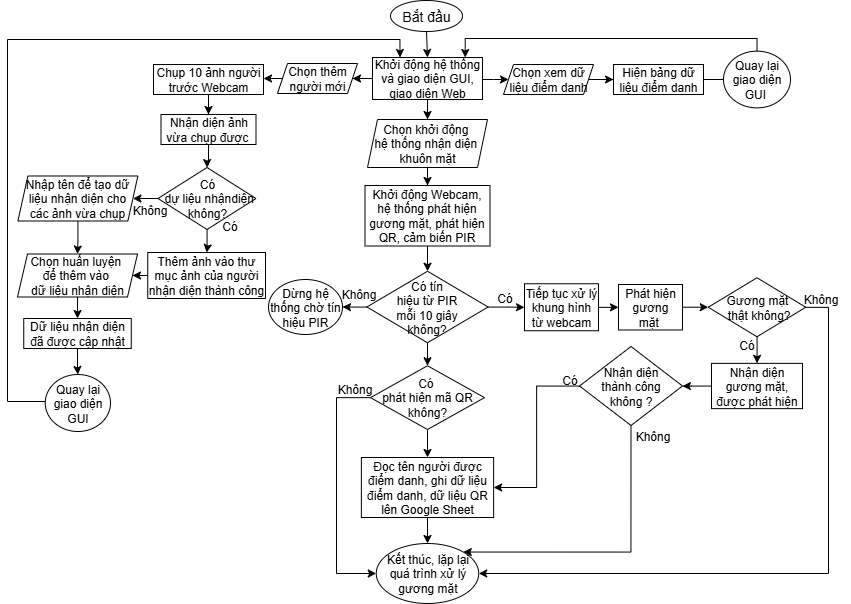
Earlier version of the draw.io export Luudothuattoan.png (linh0802/fas). Source tidied: cells renumbered, new cells last; positions are measured from the earlier drawing's top-left corner, leaving out a move shared by most shapes.
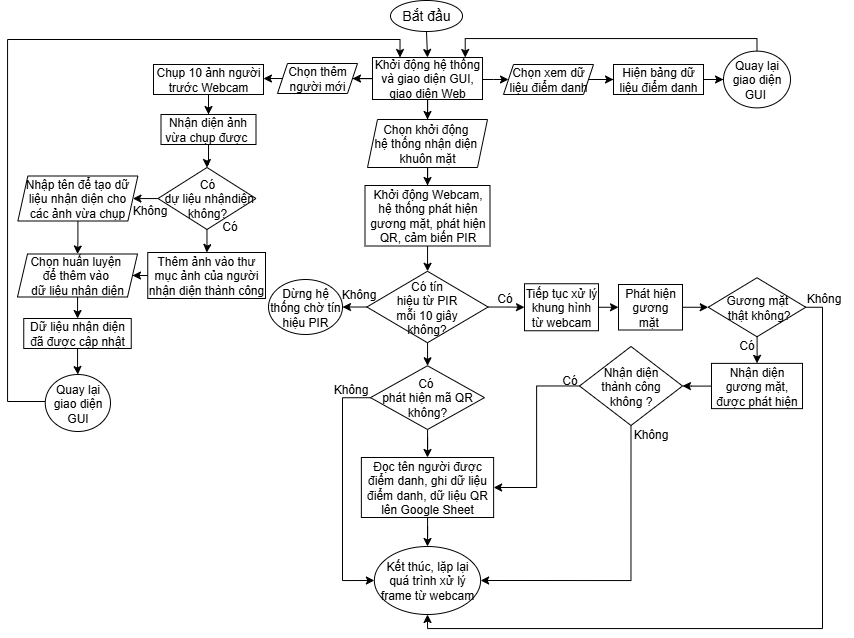
The same file after the commit.

Commit message:
Cập nhật Luudothuattoan.png

The edit, as a diff of the source:
```diff
@@ -58,11 +58,12 @@
     <mxCell id="18" value="Nhận diện gương mặt, được phát hiện" style="whiteSpace=wrap;html=1;labelBackgroundColor=none;" parent="1" vertex="1">
       <mxGeometry x="704" y="362.9" width="91" height="45.2" as="geometry" />
     </mxCell>
-    <mxCell id="19" style="edgeStyle=orthogonalEdgeStyle;rounded=0;jettySize=auto;html=1;entryX=1;entryY=0.5;entryDx=0;entryDy=0;" parent="1" edge="1" source="20" target="30">
+    <mxCell id="19" style="edgeStyle=orthogonalEdgeStyle;rounded=0;jettySize=auto;html=1;entryX=0.5;entryY=1;entryDx=0;entryDy=0;" parent="1" edge="1" source="20" target="30">
       <mxGeometry relative="1" as="geometry">
         <Array as="points">
-          <mxPoint x="821" y="307" />
-          <mxPoint x="821" y="573" />
+          <mxPoint x="815" y="307" />
+          <mxPoint x="815" y="628" />
+          <mxPoint x="420" y="628" />
         </Array>
       </mxGeometry>
     </mxCell>
@@ -72,10 +73,10 @@
     <mxCell id="21" style="edgeStyle=orthogonalEdgeStyle;rounded=0;jettySize=auto;html=1;entryX=1;entryY=0.5;entryDx=0;entryDy=0;" parent="1" edge="1" source="23" target="27">
       <mxGeometry relative="1" as="geometry" />
     </mxCell>
-    <mxCell id="22" style="edgeStyle=orthogonalEdgeStyle;rounded=0;jettySize=auto;html=1;entryX=1;entryY=0;entryDx=0;entryDy=0;exitX=0.5;exitY=1;exitDx=0;exitDy=0;" parent="1" edge="1" source="23" target="30">
+    <mxCell id="22" style="edgeStyle=orthogonalEdgeStyle;rounded=0;jettySize=auto;html=1;entryX=1;entryY=0.5;entryDx=0;entryDy=0;exitX=0.5;exitY=1;exitDx=0;exitDy=0;" parent="1" edge="1" source="23" target="30">
       <mxGeometry relative="1" as="geometry">
         <Array as="points">
-          <mxPoint x="624" y="552" />
+          <mxPoint x="624" y="580" />
         </Array>
       </mxGeometry>
     </mxCell>
@@ -83,10 +84,10 @@
       <mxGeometry x="572" y="346" width="103" height="79" as="geometry" />
     </mxCell>
     <mxCell id="24" value="Không" style="text;html=1;align=center;verticalAlign=middle;strokeColor=none;fillColor=none;labelBackgroundColor=none;" parent="1" vertex="1">
-      <mxGeometry x="783" y="284" width="60" height="30" as="geometry" />
+      <mxGeometry x="786" y="283.2" width="60" height="30" as="geometry" />
     </mxCell>
     <mxCell id="25" value="Không" style="text;html=1;align=center;verticalAlign=middle;strokeColor=none;fillColor=none;labelBackgroundColor=none;" parent="1" vertex="1">
-      <mxGeometry x="615" y="421" width="60" height="30" as="geometry" />
+      <mxGeometry x="613" y="419" width="60" height="30" as="geometry" />
     </mxCell>
     <mxCell id="26" style="edgeStyle=orthogonalEdgeStyle;rounded=0;jettySize=auto;html=1;labelBackgroundColor=none;fontColor=default;" parent="1" edge="1" source="27" target="30">
       <mxGeometry relative="1" as="geometry" />
@@ -100,8 +101,8 @@
     <mxCell id="29" value="Có" style="text;html=1;align=center;verticalAlign=middle;strokeColor=none;fillColor=none;labelBackgroundColor=none;" parent="1" vertex="1">
       <mxGeometry x="542" y="365.2" width="40" height="30" as="geometry" />
     </mxCell>
-    <mxCell id="30" value="Kết thúc, lặp lại quá trình xử lý gương mặt" style="ellipse;whiteSpace=wrap;html=1;labelBackgroundColor=none;" parent="1" vertex="1">
-      <mxGeometry x="368.8" y="543" width="102.5" height="60" as="geometry" />
+    <mxCell id="30" value="Kết thúc, lặp lại quá trình xử lý frame từ webcam" style="ellipse;whiteSpace=wrap;html=1;labelBackgroundColor=none;" parent="1" vertex="1">
+      <mxGeometry x="366.9" y="546" width="106.2" height="68" as="geometry" />
     </mxCell>
     <mxCell id="31" value="Dừng hệ thống chờ tín hiệu PIR" style="ellipse;whiteSpace=wrap;html=1;labelBackgroundColor=none;" parent="1" vertex="1">
       <mxGeometry x="261" y="279" width="74" height="55" as="geometry" />
@@ -215,8 +216,8 @@
     <mxCell id="62" style="edgeStyle=orthogonalEdgeStyle;rounded=0;jettySize=auto;html=1;entryX=0;entryY=0.5;entryDx=0;entryDy=0;" parent="1" edge="1" source="63" target="30">
       <mxGeometry relative="1" as="geometry">
         <Array as="points">
-          <mxPoint x="329" y="397" />
-          <mxPoint x="329" y="573" />
+          <mxPoint x="335" y="397" />
+          <mxPoint x="335" y="580" />
         </Array>
       </mxGeometry>
     </mxCell>
@@ -236,7 +237,7 @@
       <mxGeometry x="611" y="284" width="64" height="45.5" as="geometry" />
     </mxCell>
     <mxCell id="68" value="Không" style="text;html=1;align=center;verticalAlign=middle;strokeColor=none;fillColor=none;labelBackgroundColor=none;" parent="1" vertex="1">
-      <mxGeometry x="316.5" y="374" width="60" height="30" as="geometry" />
+      <mxGeometry x="313" y="374" width="60" height="30" as="geometry" />
     </mxCell>
   </root>
 </mxGraphModel>
```
